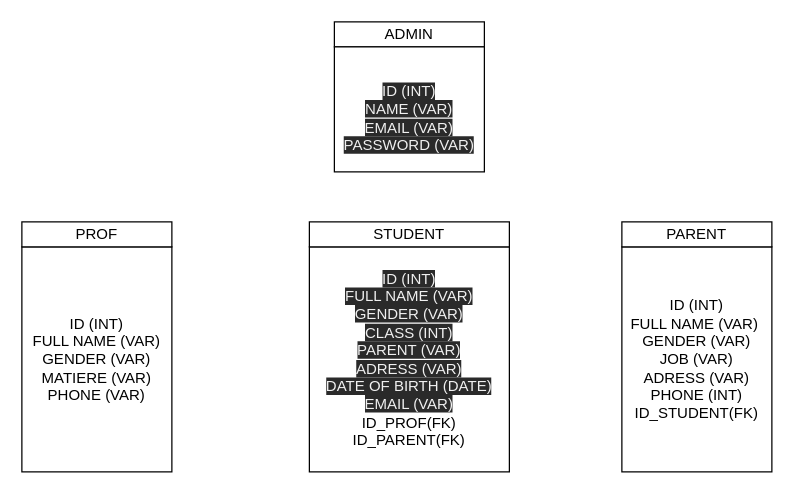
The draw.io diagram app/res/diagram.drawio in Ziadov37/gestion-de-class, before the edit. Source tidied: cells renumbered, new cells numbered last; positions are measured from the earlier drawing's top-left corner, leaving out a move shared by most shapes. Both pictures are drawn from the tidied source at 125%, with x=0, y=0 at pixel (21, 21).
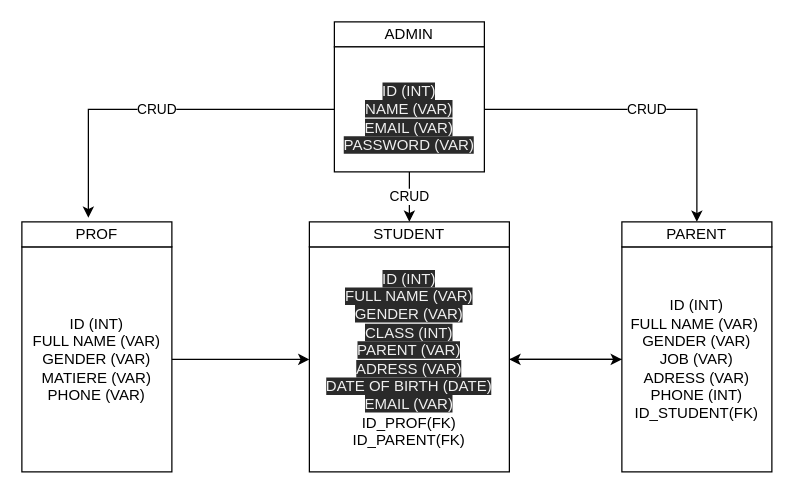
Above is the later version.

Commit message (it also covers changes not shown here):
Same modification on diagram the class

Change to the diagram source:
```diff
@@
 <mxGraphModel>
   <root>
     <mxCell id="0" />
     <mxCell id="1" parent="0" />
     <mxCell id="2" value="ADMIN" style="rounded=0;whiteSpace=wrap;html=1;" parent="1" vertex="1">
       <mxGeometry x="250" width="120" height="20" as="geometry" />
     </mxCell>
+    <mxCell id="10" value="CRUD" style="edgeStyle=orthogonalEdgeStyle;rounded=0;jettySize=auto;html=1;entryX=0.443;entryY=-0.166;entryDx=0;entryDy=0;entryPerimeter=0;" parent="1" edge="1" source="3" target="5">
+      <mxGeometry relative="1" as="geometry" />
+    </mxCell>
+    <mxCell id="11" value="CRUD" style="edgeStyle=orthogonalEdgeStyle;rounded=0;jettySize=auto;html=1;entryX=0.5;entryY=0;entryDx=0;entryDy=0;" parent="1" edge="1" source="3" target="7">
+      <mxGeometry relative="1" as="geometry" />
+    </mxCell>
+    <mxCell id="12" value="CRUD" style="edgeStyle=orthogonalEdgeStyle;rounded=0;jettySize=auto;html=1;entryX=0.5;entryY=0;entryDx=0;entryDy=0;" parent="1" edge="1" source="3" target="9">
+      <mxGeometry relative="1" as="geometry" />
+    </mxCell>
     <mxCell id="3" value="&lt;br&gt;&lt;span style=&quot;color: rgb(240 , 240 , 240) ; font-family: &amp;#34;helvetica&amp;#34; ; font-size: 12px ; font-style: normal ; font-weight: 400 ; letter-spacing: normal ; text-align: center ; text-indent: 0px ; text-transform: none ; word-spacing: 0px ; background-color: rgb(42 , 42 , 42) ; display: inline ; float: none&quot;&gt;ID (INT)&lt;/span&gt;&lt;br style=&quot;color: rgb(240 , 240 , 240) ; font-family: &amp;#34;helvetica&amp;#34; ; font-size: 12px ; font-style: normal ; font-weight: 400 ; letter-spacing: normal ; text-align: center ; text-indent: 0px ; text-transform: none ; word-spacing: 0px ; background-color: rgb(42 , 42 , 42)&quot;&gt;&lt;span style=&quot;color: rgb(240 , 240 , 240) ; font-family: &amp;#34;helvetica&amp;#34; ; font-size: 12px ; font-style: normal ; font-weight: 400 ; letter-spacing: normal ; text-align: center ; text-indent: 0px ; text-transform: none ; word-spacing: 0px ; background-color: rgb(42 , 42 , 42) ; display: inline ; float: none&quot;&gt;NAME (VAR)&lt;/span&gt;&lt;br style=&quot;color: rgb(240 , 240 , 240) ; font-family: &amp;#34;helvetica&amp;#34; ; font-size: 12px ; font-style: normal ; font-weight: 400 ; letter-spacing: normal ; text-align: center ; text-indent: 0px ; text-transform: none ; word-spacing: 0px ; background-color: rgb(42 , 42 , 42)&quot;&gt;&lt;span style=&quot;color: rgb(240 , 240 , 240) ; font-family: &amp;#34;helvetica&amp;#34; ; font-size: 12px ; font-style: normal ; font-weight: 400 ; letter-spacing: normal ; text-align: center ; text-indent: 0px ; text-transform: none ; word-spacing: 0px ; background-color: rgb(42 , 42 , 42) ; display: inline ; float: none&quot;&gt;EMAIL (VAR)&lt;/span&gt;&lt;br style=&quot;color: rgb(240 , 240 , 240) ; font-family: &amp;#34;helvetica&amp;#34; ; font-size: 12px ; font-style: normal ; font-weight: 400 ; letter-spacing: normal ; text-align: center ; text-indent: 0px ; text-transform: none ; word-spacing: 0px ; background-color: rgb(42 , 42 , 42)&quot;&gt;&lt;span style=&quot;color: rgb(240 , 240 , 240) ; font-family: &amp;#34;helvetica&amp;#34; ; font-size: 12px ; font-style: normal ; font-weight: 400 ; letter-spacing: normal ; text-align: center ; text-indent: 0px ; text-transform: none ; word-spacing: 0px ; background-color: rgb(42 , 42 , 42) ; display: inline ; float: none&quot;&gt;PASSWORD (VAR)&lt;/span&gt;&lt;br&gt;" style="rounded=0;whiteSpace=wrap;html=1;" parent="1" vertex="1">
       <mxGeometry x="250" y="20" width="120" height="100" as="geometry" />
     </mxCell>
+    <mxCell id="13" style="edgeStyle=orthogonalEdgeStyle;rounded=0;jettySize=auto;html=1;entryX=0;entryY=0.5;entryDx=0;entryDy=0;" parent="1" edge="1" source="4" target="6">
+      <mxGeometry relative="1" as="geometry" />
+    </mxCell>
     <mxCell id="4" value="ID (INT)&lt;br&gt;FULL NAME (VAR)&lt;br&gt;GENDER (VAR)&lt;br&gt;MATIERE (VAR)&lt;br&gt;PHONE (VAR)" style="rounded=0;whiteSpace=wrap;html=1;" parent="1" vertex="1">
       <mxGeometry y="180" width="120" height="180" as="geometry" />
     </mxCell>
     <mxCell id="5" value="PROF" style="rounded=0;whiteSpace=wrap;html=1;" parent="1" vertex="1">
       <mxGeometry y="160" width="120" height="20" as="geometry" />
     </mxCell>
+    <mxCell id="14" style="edgeStyle=orthogonalEdgeStyle;rounded=0;jettySize=auto;html=1;entryX=0;entryY=0.5;entryDx=0;entryDy=0;" parent="1" edge="1" source="6" target="8">
+      <mxGeometry relative="1" as="geometry" />
+    </mxCell>
     <mxCell id="6" value="&lt;span style=&quot;color: rgb(240 , 240 , 240) ; font-family: &amp;#34;helvetica&amp;#34; ; font-size: 12px ; font-style: normal ; font-weight: 400 ; letter-spacing: normal ; text-align: center ; text-indent: 0px ; text-transform: none ; word-spacing: 0px ; background-color: rgb(42 , 42 , 42) ; display: inline ; float: none&quot;&gt;ID (INT)&lt;/span&gt;&lt;br style=&quot;color: rgb(240 , 240 , 240) ; font-family: &amp;#34;helvetica&amp;#34; ; font-size: 12px ; font-style: normal ; font-weight: 400 ; letter-spacing: normal ; text-align: center ; text-indent: 0px ; text-transform: none ; word-spacing: 0px ; background-color: rgb(42 , 42 , 42)&quot;&gt;&lt;span style=&quot;color: rgb(240 , 240 , 240) ; font-family: &amp;#34;helvetica&amp;#34; ; font-size: 12px ; font-style: normal ; font-weight: 400 ; letter-spacing: normal ; text-align: center ; text-indent: 0px ; text-transform: none ; word-spacing: 0px ; background-color: rgb(42 , 42 , 42) ; display: inline ; float: none&quot;&gt;FULL NAME (VAR)&lt;/span&gt;&lt;br style=&quot;color: rgb(240 , 240 , 240) ; font-family: &amp;#34;helvetica&amp;#34; ; font-size: 12px ; font-style: normal ; font-weight: 400 ; letter-spacing: normal ; text-align: center ; text-indent: 0px ; text-transform: none ; word-spacing: 0px ; background-color: rgb(42 , 42 , 42)&quot;&gt;&lt;span style=&quot;color: rgb(240 , 240 , 240) ; font-family: &amp;#34;helvetica&amp;#34; ; font-size: 12px ; font-style: normal ; font-weight: 400 ; letter-spacing: normal ; text-align: center ; text-indent: 0px ; text-transform: none ; word-spacing: 0px ; background-color: rgb(42 , 42 , 42) ; display: inline ; float: none&quot;&gt;GENDER (VAR)&lt;/span&gt;&lt;br style=&quot;color: rgb(240 , 240 , 240) ; font-family: &amp;#34;helvetica&amp;#34; ; font-size: 12px ; font-style: normal ; font-weight: 400 ; letter-spacing: normal ; text-align: center ; text-indent: 0px ; text-transform: none ; word-spacing: 0px ; background-color: rgb(42 , 42 , 42)&quot;&gt;&lt;span style=&quot;color: rgb(240 , 240 , 240) ; font-family: &amp;#34;helvetica&amp;#34; ; font-size: 12px ; font-style: normal ; font-weight: 400 ; letter-spacing: normal ; text-align: center ; text-indent: 0px ; text-transform: none ; word-spacing: 0px ; background-color: rgb(42 , 42 , 42) ; display: inline ; float: none&quot;&gt;CLASS (INT)&lt;/span&gt;&lt;br style=&quot;color: rgb(240 , 240 , 240) ; font-family: &amp;#34;helvetica&amp;#34; ; font-size: 12px ; font-style: normal ; font-weight: 400 ; letter-spacing: normal ; text-align: center ; text-indent: 0px ; text-transform: none ; word-spacing: 0px ; background-color: rgb(42 , 42 , 42)&quot;&gt;&lt;span style=&quot;color: rgb(240 , 240 , 240) ; font-family: &amp;#34;helvetica&amp;#34; ; font-size: 12px ; font-style: normal ; font-weight: 400 ; letter-spacing: normal ; text-align: center ; text-indent: 0px ; text-transform: none ; word-spacing: 0px ; background-color: rgb(42 , 42 , 42) ; display: inline ; float: none&quot;&gt;PARENT (VAR)&lt;/span&gt;&lt;br style=&quot;color: rgb(240 , 240 , 240) ; font-family: &amp;#34;helvetica&amp;#34; ; font-size: 12px ; font-style: normal ; font-weight: 400 ; letter-spacing: normal ; text-align: center ; text-indent: 0px ; text-transform: none ; word-spacing: 0px ; background-color: rgb(42 , 42 , 42)&quot;&gt;&lt;span style=&quot;color: rgb(240 , 240 , 240) ; font-family: &amp;#34;helvetica&amp;#34; ; font-size: 12px ; font-style: normal ; font-weight: 400 ; letter-spacing: normal ; text-align: center ; text-indent: 0px ; text-transform: none ; word-spacing: 0px ; background-color: rgb(42 , 42 , 42) ; display: inline ; float: none&quot;&gt;ADRESS (VAR)&lt;/span&gt;&lt;br style=&quot;color: rgb(240 , 240 , 240) ; font-family: &amp;#34;helvetica&amp;#34; ; font-size: 12px ; font-style: normal ; font-weight: 400 ; letter-spacing: normal ; text-align: center ; text-indent: 0px ; text-transform: none ; word-spacing: 0px ; background-color: rgb(42 , 42 , 42)&quot;&gt;&lt;span style=&quot;color: rgb(240 , 240 , 240) ; font-family: &amp;#34;helvetica&amp;#34; ; font-size: 12px ; font-style: normal ; font-weight: 400 ; letter-spacing: normal ; text-align: center ; text-indent: 0px ; text-transform: none ; word-spacing: 0px ; background-color: rgb(42 , 42 , 42) ; display: inline ; float: none&quot;&gt;DATE OF BIRTH (DATE)&lt;/span&gt;&lt;br style=&quot;color: rgb(240 , 240 , 240) ; font-family: &amp;#34;helvetica&amp;#34; ; font-size: 12px ; font-style: normal ; font-weight: 400 ; letter-spacing: normal ; text-align: center ; text-indent: 0px ; text-transform: none ; word-spacing: 0px ; background-color: rgb(42 , 42 , 42)&quot;&gt;&lt;span style=&quot;color: rgb(240 , 240 , 240) ; font-family: &amp;#34;helvetica&amp;#34; ; font-size: 12px ; font-style: normal ; font-weight: 400 ; letter-spacing: normal ; text-align: center ; text-indent: 0px ; text-transform: none ; word-spacing: 0px ; background-color: rgb(42 , 42 , 42) ; display: inline ; float: none&quot;&gt;EMAIL (VAR)&lt;br&gt;&lt;/span&gt;ID_PROF(FK)&lt;br&gt;ID_PARENT(FK)" style="rounded=0;whiteSpace=wrap;html=1;" parent="1" vertex="1">
       <mxGeometry x="230" y="180" width="160" height="180" as="geometry" />
     </mxCell>
     <mxCell id="7" value="STUDENT" style="rounded=0;whiteSpace=wrap;html=1;" parent="1" vertex="1">
       <mxGeometry x="230" y="160" width="160" height="20" as="geometry" />
     </mxCell>
+    <mxCell id="15" style="edgeStyle=orthogonalEdgeStyle;rounded=0;jettySize=auto;html=1;" parent="1" edge="1" source="8">
+      <mxGeometry relative="1" as="geometry">
+        <mxPoint x="390" y="270" as="targetPoint" />
+      </mxGeometry>
+    </mxCell>
     <mxCell id="8" value="ID (INT)&lt;br&gt;FULL NAME (VAR)&amp;nbsp;&lt;br&gt;GENDER (VAR)&lt;br&gt;JOB (VAR)&lt;br&gt;ADRESS (VAR)&lt;br&gt;PHONE (INT)&lt;br&gt;ID_STUDENT(FK)" style="rounded=0;whiteSpace=wrap;html=1;" parent="1" vertex="1">
       <mxGeometry x="480" y="180" width="120" height="180" as="geometry" />
     </mxCell>
     <mxCell id="9" value="PARENT" style="rounded=0;whiteSpace=wrap;html=1;" parent="1" vertex="1">
       <mxGeometry x="480" y="160" width="120" height="20" as="geometry" />
     </mxCell>
   </root>
 </mxGraphModel>
```
